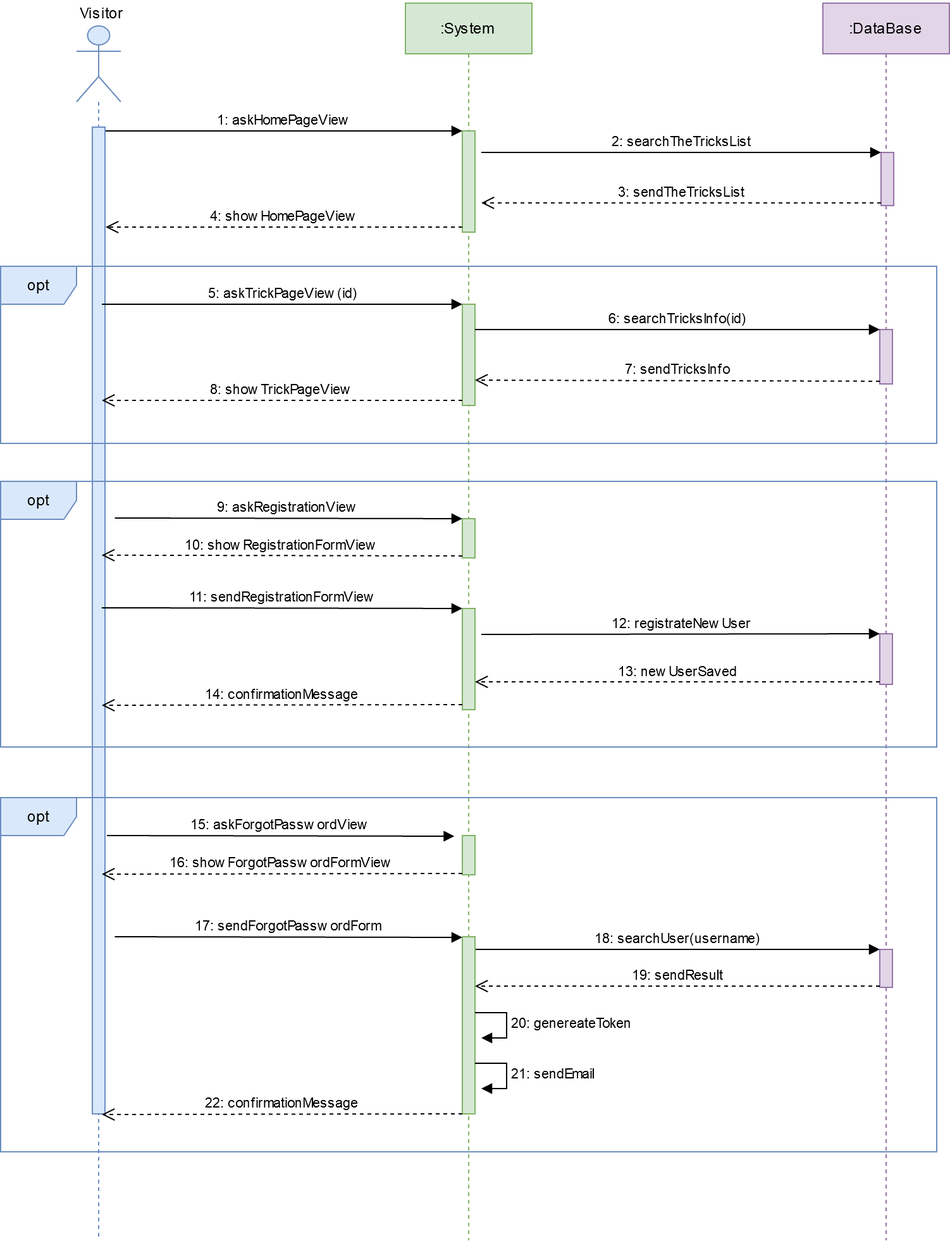
This is diagrams/visitor sequence diagram.png from Shiiyo/6-SnowTricks, a draw.io export, as it was before one commit. Source tidied: cells renumbered, new cells last; positions are measured from the earlier drawing's top-left corner, leaving out a move shared by most shapes.
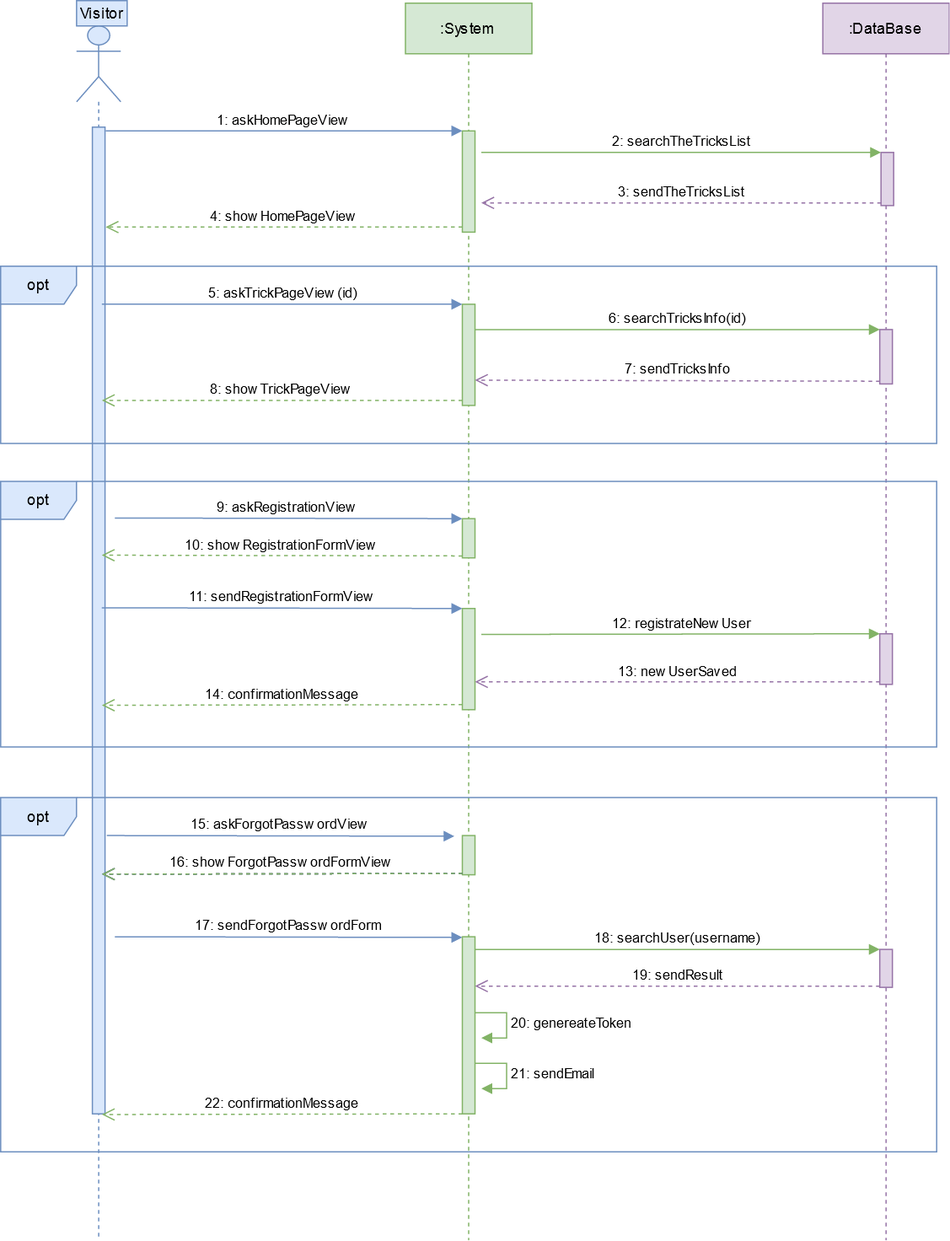
After the commit.

Diff of the diagram source:
```diff
@@ -8,7 +8,7 @@
     <mxCell id="3" style="html=1;perimeter=orthogonalPerimeter;fillColor=#dae8fc;strokeColor=#6c8ebf;" parent="2" vertex="1">
       <mxGeometry x="12.5" y="80" width="10" height="780" as="geometry" />
     </mxCell>
-    <mxCell id="4" value="Visitor" style="text;html=1;strokeColor=none;fillColor=none;align=center;verticalAlign=middle;whiteSpace=wrap;rounded=0;" parent="1" vertex="1">
+    <mxCell id="4" value="Visitor" style="text;html=1;strokeColor=#6c8ebf;fillColor=#dae8fc;align=center;verticalAlign=middle;whiteSpace=wrap;rounded=0;" parent="1" vertex="1">
       <mxGeometry x="60" width="40" height="20" as="geometry" />
     </mxCell>
     <mxCell id="5" value=":System" style="shape=umlLifeline;perimeter=lifelinePerimeter;whiteSpace=wrap;html=1;fillColor=#d5e8d4;strokeColor=#82b366;" parent="1" vertex="1">
@@ -26,20 +26,20 @@
     <mxCell id="9" style="html=1;points=[];perimeter=orthogonalPerimeter;fillColor=#e1d5e7;strokeColor=#9673a6;" parent="8" vertex="1">
       <mxGeometry x="46" y="118" width="10" height="42" as="geometry" />
     </mxCell>
-    <mxCell id="10" value="4: showHomePageView" style="html=1;verticalAlign=bottom;endArrow=open;dashed=1;endSize=8;exitX=0;exitY=0.95;" parent="1" edge="1" source="6">
+    <mxCell id="10" value="4: showHomePageView" style="html=1;verticalAlign=bottom;endArrow=open;dashed=1;endSize=8;exitX=0;exitY=0.95;fillColor=#d5e8d4;strokeColor=#82b366;" parent="1" edge="1" source="6">
       <mxGeometry relative="1" as="geometry">
         <mxPoint x="83" y="179" as="targetPoint" />
       </mxGeometry>
     </mxCell>
-    <mxCell id="11" value="1: askHomePageView" style="html=1;verticalAlign=bottom;endArrow=block;entryX=0;entryY=0;" parent="1" edge="1" target="6">
+    <mxCell id="11" value="1: askHomePageView" style="html=1;verticalAlign=bottom;endArrow=block;entryX=0;entryY=0;fillColor=#dae8fc;strokeColor=#6c8ebf;" parent="1" edge="1" target="6">
       <mxGeometry relative="1" as="geometry">
         <mxPoint x="83" y="103" as="sourcePoint" />
       </mxGeometry>
     </mxCell>
-    <mxCell id="12" value="3: sendTheTricksList" style="html=1;verticalAlign=bottom;endArrow=open;dashed=1;endSize=8;exitX=0;exitY=0.95;entryX=1.5;entryY=0.711;entryDx=0;entryDy=0;entryPerimeter=0;" parent="1" edge="1" source="9" target="6">
+    <mxCell id="12" value="3: sendTheTricksList" style="html=1;verticalAlign=bottom;endArrow=open;dashed=1;endSize=8;exitX=0;exitY=0.95;entryX=1.5;entryY=0.711;entryDx=0;entryDy=0;entryPerimeter=0;fillColor=#e1d5e7;strokeColor=#9673a6;" parent="1" edge="1" source="9" target="6">
       <mxGeometry relative="1" as="geometry" />
     </mxCell>
-    <mxCell id="13" value="2: searchTheTricksList" style="html=1;verticalAlign=bottom;endArrow=block;entryX=0;entryY=0;exitX=1.5;exitY=0.213;exitDx=0;exitDy=0;exitPerimeter=0;" parent="1" edge="1" source="6" target="9">
+    <mxCell id="13" value="2: searchTheTricksList" style="html=1;verticalAlign=bottom;endArrow=block;entryX=0;entryY=0;exitX=1.5;exitY=0.213;exitDx=0;exitDy=0;exitPerimeter=0;fillColor=#d5e8d4;strokeColor=#82b366;" parent="1" edge="1" source="6" target="9">
       <mxGeometry relative="1" as="geometry" />
     </mxCell>
     <mxCell id="14" value="opt" style="shape=umlFrame;whiteSpace=wrap;html=1;fillColor=#dae8fc;strokeColor=#6c8ebf;" parent="1" vertex="1">
@@ -48,12 +48,12 @@
     <mxCell id="15" style="html=1;points=[];perimeter=orthogonalPerimeter;fillColor=#d5e8d4;strokeColor=#82b366;" parent="1" vertex="1">
       <mxGeometry x="365" y="240" width="10" height="80" as="geometry" />
     </mxCell>
-    <mxCell id="16" value="5: askTrickPageView(id)" style="html=1;verticalAlign=bottom;endArrow=block;entryX=0;entryY=0;" parent="1" edge="1" target="15">
+    <mxCell id="16" value="5: askTrickPageView(id)" style="html=1;verticalAlign=bottom;endArrow=block;entryX=0;entryY=0;fillColor=#dae8fc;strokeColor=#6c8ebf;" parent="1" edge="1" target="15">
       <mxGeometry relative="1" as="geometry">
         <mxPoint x="80" y="240" as="sourcePoint" />
       </mxGeometry>
     </mxCell>
-    <mxCell id="17" value="8: showTrickPageView" style="html=1;verticalAlign=bottom;endArrow=open;dashed=1;endSize=8;exitX=0;exitY=0.95;" parent="1" edge="1" source="15">
+    <mxCell id="17" value="8: showTrickPageView" style="html=1;verticalAlign=bottom;endArrow=open;dashed=1;endSize=8;exitX=0;exitY=0.95;fillColor=#d5e8d4;strokeColor=#82b366;" parent="1" edge="1" source="15">
       <mxGeometry relative="1" as="geometry">
         <mxPoint x="80" y="316" as="targetPoint" />
       </mxGeometry>
@@ -61,10 +61,10 @@
     <mxCell id="18" style="html=1;points=[];perimeter=orthogonalPerimeter;fillColor=#e1d5e7;strokeColor=#9673a6;" parent="1" vertex="1">
       <mxGeometry x="695" y="260" width="10" height="43" as="geometry" />
     </mxCell>
-    <mxCell id="19" value="6: searchTricksInfo(id)" style="html=1;verticalAlign=bottom;endArrow=block;entryX=0;entryY=0;" parent="1" edge="1" source="15" target="18">
+    <mxCell id="19" value="6: searchTricksInfo(id)" style="html=1;verticalAlign=bottom;endArrow=block;entryX=0;entryY=0;fillColor=#d5e8d4;strokeColor=#82b366;" parent="1" edge="1" source="15" target="18">
       <mxGeometry relative="1" as="geometry" />
     </mxCell>
-    <mxCell id="20" value="7: sendTricksInfo" style="html=1;verticalAlign=bottom;endArrow=open;dashed=1;endSize=8;exitX=0;exitY=0.95;entryX=1;entryY=0.75;entryDx=0;entryDy=0;entryPerimeter=0;" parent="1" edge="1" source="18" target="15">
+    <mxCell id="20" value="7: sendTricksInfo" style="html=1;verticalAlign=bottom;endArrow=open;dashed=1;endSize=8;exitX=0;exitY=0.95;entryX=1;entryY=0.75;entryDx=0;entryDy=0;entryPerimeter=0;fillColor=#e1d5e7;strokeColor=#9673a6;" parent="1" edge="1" source="18" target="15">
       <mxGeometry relative="1" as="geometry" />
     </mxCell>
     <mxCell id="21" value="opt" style="shape=umlFrame;whiteSpace=wrap;html=1;fillColor=#dae8fc;strokeColor=#6c8ebf;" parent="1" vertex="1">
@@ -73,19 +73,19 @@
     <mxCell id="22" style="html=1;points=[];perimeter=orthogonalPerimeter;fillColor=#d5e8d4;strokeColor=#82b366;" parent="1" vertex="1">
       <mxGeometry x="365" y="409.5" width="10" height="31" as="geometry" />
     </mxCell>
-    <mxCell id="23" value="9: askRegistrationView" style="html=1;verticalAlign=bottom;endArrow=block;entryX=0;entryY=0;exitX=0.122;exitY=0.138;exitDx=0;exitDy=0;exitPerimeter=0;" parent="1" edge="1" source="21" target="22">
+    <mxCell id="23" value="9: askRegistrationView" style="html=1;verticalAlign=bottom;endArrow=block;entryX=0;entryY=0;exitX=0.122;exitY=0.138;exitDx=0;exitDy=0;exitPerimeter=0;fillColor=#dae8fc;strokeColor=#6c8ebf;" parent="1" edge="1" source="21" target="22">
       <mxGeometry relative="1" as="geometry" />
     </mxCell>
-    <mxCell id="24" value="10: showRegistrationFormView" style="html=1;verticalAlign=bottom;endArrow=open;dashed=1;endSize=8;exitX=0;exitY=0.95;entryX=0.108;entryY=0.278;entryDx=0;entryDy=0;entryPerimeter=0;" parent="1" edge="1" source="22" target="21">
+    <mxCell id="24" value="10: showRegistrationFormView" style="html=1;verticalAlign=bottom;endArrow=open;dashed=1;endSize=8;exitX=0;exitY=0.95;entryX=0.108;entryY=0.278;entryDx=0;entryDy=0;entryPerimeter=0;fillColor=#d5e8d4;strokeColor=#82b366;" parent="1" edge="1" source="22" target="21">
       <mxGeometry relative="1" as="geometry" />
     </mxCell>
     <mxCell id="25" style="html=1;points=[];perimeter=orthogonalPerimeter;fillColor=#d5e8d4;strokeColor=#82b366;" parent="1" vertex="1">
       <mxGeometry x="365" y="480.5" width="10" height="80" as="geometry" />
     </mxCell>
-    <mxCell id="26" value="11: sendRegistrationFormView" style="html=1;verticalAlign=bottom;endArrow=block;entryX=0;entryY=0;exitX=0.108;exitY=0.476;exitDx=0;exitDy=0;exitPerimeter=0;" parent="1" edge="1" source="21" target="25">
+    <mxCell id="26" value="11: sendRegistrationFormView" style="html=1;verticalAlign=bottom;endArrow=block;entryX=0;entryY=0;exitX=0.108;exitY=0.476;exitDx=0;exitDy=0;exitPerimeter=0;fillColor=#dae8fc;strokeColor=#6c8ebf;" parent="1" edge="1" source="21" target="25">
       <mxGeometry relative="1" as="geometry" />
     </mxCell>
-    <mxCell id="27" value="14: confirmationMessage" style="html=1;verticalAlign=bottom;endArrow=open;dashed=1;endSize=8;exitX=0;exitY=0.95;" parent="1" edge="1" source="25">
+    <mxCell id="27" value="14: confirmationMessage" style="html=1;verticalAlign=bottom;endArrow=open;dashed=1;endSize=8;exitX=0;exitY=0.95;fillColor=#d5e8d4;strokeColor=#82b366;" parent="1" edge="1" source="25">
       <mxGeometry relative="1" as="geometry">
         <mxPoint x="80" y="557" as="targetPoint" />
       </mxGeometry>
@@ -93,24 +93,24 @@
     <mxCell id="28" style="html=1;points=[];perimeter=orthogonalPerimeter;fillColor=#e1d5e7;strokeColor=#9673a6;" parent="1" vertex="1">
       <mxGeometry x="695" y="500.5" width="10" height="40" as="geometry" />
     </mxCell>
-    <mxCell id="29" value="12: registrateNewUser" style="html=1;verticalAlign=bottom;endArrow=block;entryX=0;entryY=0;" parent="1" edge="1" target="28">
+    <mxCell id="29" value="12: registrateNewUser" style="html=1;verticalAlign=bottom;endArrow=block;entryX=0;entryY=0;fillColor=#d5e8d4;strokeColor=#82b366;" parent="1" edge="1" target="28">
       <mxGeometry relative="1" as="geometry">
         <mxPoint x="380" y="501" as="sourcePoint" />
       </mxGeometry>
     </mxCell>
-    <mxCell id="30" value="13: newUserSaved" style="html=1;verticalAlign=bottom;endArrow=open;dashed=1;endSize=8;exitX=0;exitY=0.95;" parent="1" edge="1" source="28" target="25">
+    <mxCell id="30" value="13: newUserSaved" style="html=1;verticalAlign=bottom;endArrow=open;dashed=1;endSize=8;exitX=0;exitY=0.95;fillColor=#e1d5e7;strokeColor=#9673a6;" parent="1" edge="1" source="28" target="25">
       <mxGeometry relative="1" as="geometry" />
     </mxCell>
     <mxCell id="31" value="opt" style="shape=umlFrame;whiteSpace=wrap;html=1;fillColor=#dae8fc;strokeColor=#6c8ebf;" parent="1" vertex="1">
       <mxGeometry y="630" width="740" height="280" as="geometry" />
     </mxCell>
-    <mxCell id="32" value="15: askForgotPasswordView" style="html=1;verticalAlign=bottom;endArrow=block;entryX=0;entryY=0;exitX=0.122;exitY=0.138;exitDx=0;exitDy=0;exitPerimeter=0;" parent="1" edge="1">
+    <mxCell id="32" value="15: askForgotPasswordView" style="html=1;verticalAlign=bottom;endArrow=block;entryX=0;entryY=0;exitX=0.122;exitY=0.138;exitDx=0;exitDy=0;exitPerimeter=0;fillColor=#dae8fc;strokeColor=#6c8ebf;" parent="1" edge="1">
       <mxGeometry relative="1" as="geometry">
         <mxPoint x="84" y="660" as="sourcePoint" />
         <mxPoint x="358.7" y="660.5" as="targetPoint" />
       </mxGeometry>
     </mxCell>
-    <mxCell id="33" value="18: searchUser(username)" style="html=1;verticalAlign=bottom;endArrow=block;entryX=0;entryY=0;" parent="1" edge="1">
+    <mxCell id="33" value="18: searchUser(username)" style="html=1;verticalAlign=bottom;endArrow=block;entryX=0;entryY=0;fillColor=#d5e8d4;strokeColor=#82b366;" parent="1" edge="1">
       <mxGeometry relative="1" as="geometry">
         <mxPoint x="375" y="750" as="sourcePoint" />
         <mxPoint x="695" y="750" as="targetPoint" />
@@ -122,7 +122,7 @@
         <mxPoint x="80" y="690.5" as="targetPoint" />
       </mxGeometry>
     </mxCell>
-    <mxCell id="35" value="17: sendForgotPasswordForm" style="html=1;verticalAlign=bottom;endArrow=block;entryX=0;entryY=0;exitX=0.122;exitY=0.138;exitDx=0;exitDy=0;exitPerimeter=0;" parent="1" edge="1">
+    <mxCell id="35" value="17: sendForgotPasswordForm" style="html=1;verticalAlign=bottom;endArrow=block;entryX=0;entryY=0;exitX=0.122;exitY=0.138;exitDx=0;exitDy=0;exitPerimeter=0;fillColor=#dae8fc;strokeColor=#6c8ebf;" parent="1" edge="1">
       <mxGeometry relative="1" as="geometry">
         <mxPoint x="90.3" y="740" as="sourcePoint" />
         <mxPoint x="365" y="740.5" as="targetPoint" />
@@ -134,13 +134,13 @@
     <mxCell id="37" style="html=1;perimeter=orthogonalPerimeter;fillColor=#e1d5e7;strokeColor=#9673a6;" parent="1" vertex="1">
       <mxGeometry x="695" y="750" width="10" height="30" as="geometry" />
     </mxCell>
-    <mxCell id="38" value="19: sendResult" style="html=1;verticalAlign=bottom;endArrow=open;dashed=1;endSize=8;exitX=0;exitY=0.95;" parent="1" edge="1">
+    <mxCell id="38" value="19: sendResult" style="html=1;verticalAlign=bottom;endArrow=open;dashed=1;endSize=8;exitX=0;exitY=0.95;fillColor=#e1d5e7;strokeColor=#9673a6;" parent="1" edge="1">
       <mxGeometry relative="1" as="geometry">
         <mxPoint x="695" y="779" as="sourcePoint" />
         <mxPoint x="375" y="779" as="targetPoint" />
       </mxGeometry>
     </mxCell>
-    <mxCell id="39" value="20: genereateToken" style="edgeStyle=orthogonalEdgeStyle;html=1;align=left;spacingLeft=2;endArrow=block;rounded=0;entryX=1;entryY=0;" parent="1" edge="1">
+    <mxCell id="39" value="20: genereateToken" style="edgeStyle=orthogonalEdgeStyle;html=1;align=left;spacingLeft=2;endArrow=block;rounded=0;entryX=1;entryY=0;fillColor=#d5e8d4;strokeColor=#82b366;" parent="1" edge="1">
       <mxGeometry relative="1" as="geometry">
         <mxPoint x="375" y="800" as="sourcePoint" />
         <mxPoint x="380" y="820" as="targetPoint" />
@@ -149,7 +149,7 @@
         </Array>
       </mxGeometry>
     </mxCell>
-    <mxCell id="40" value="21: sendEmail" style="edgeStyle=orthogonalEdgeStyle;html=1;align=left;spacingLeft=2;endArrow=block;rounded=0;entryX=1;entryY=0;" parent="1" edge="1">
+    <mxCell id="40" value="21: sendEmail" style="edgeStyle=orthogonalEdgeStyle;html=1;align=left;spacingLeft=2;endArrow=block;rounded=0;entryX=1;entryY=0;fillColor=#d5e8d4;strokeColor=#82b366;" parent="1" edge="1">
       <mxGeometry relative="1" as="geometry">
         <mxPoint x="375" y="840" as="sourcePoint" />
         <mxPoint x="380" y="860" as="targetPoint" />
@@ -159,11 +159,23 @@
         </Array>
       </mxGeometry>
     </mxCell>
-    <mxCell id="41" value="22: confirmationMessage" style="html=1;verticalAlign=bottom;endArrow=open;dashed=1;endSize=8;exitX=0;exitY=0.95;" parent="1" edge="1">
+    <mxCell id="41" value="22: confirmationMessage" style="html=1;verticalAlign=bottom;endArrow=open;dashed=1;endSize=8;exitX=0;exitY=0.95;fillColor=#d5e8d4;strokeColor=#82b366;" parent="1" edge="1">
       <mxGeometry relative="1" as="geometry">
         <mxPoint x="365" y="880" as="sourcePoint" />
         <mxPoint x="80" y="880.5" as="targetPoint" />
       </mxGeometry>
     </mxCell>
+    <mxCell id="42" value="16: showForgotPasswordFormView" style="html=1;verticalAlign=bottom;endArrow=open;dashed=1;endSize=8;exitX=0;exitY=0.95;fillColor=#dae8fc;strokeColor=#6c8ebf;" parent="1" edge="1">
+      <mxGeometry relative="1" as="geometry">
+        <mxPoint x="365" y="690" as="sourcePoint" />
+        <mxPoint x="80" y="690.5" as="targetPoint" />
+      </mxGeometry>
+    </mxCell>
+    <mxCell id="43" value="16: showForgotPasswordFormView" style="html=1;verticalAlign=bottom;endArrow=open;dashed=1;endSize=8;exitX=0;exitY=0.95;fillColor=#d5e8d4;strokeColor=#82b366;" parent="1" edge="1">
+      <mxGeometry relative="1" as="geometry">
+        <mxPoint x="365" y="690" as="sourcePoint" />
+        <mxPoint x="80" y="690.5" as="targetPoint" />
+      </mxGeometry>
+    </mxCell>
   </root>
 </mxGraphModel>
```
